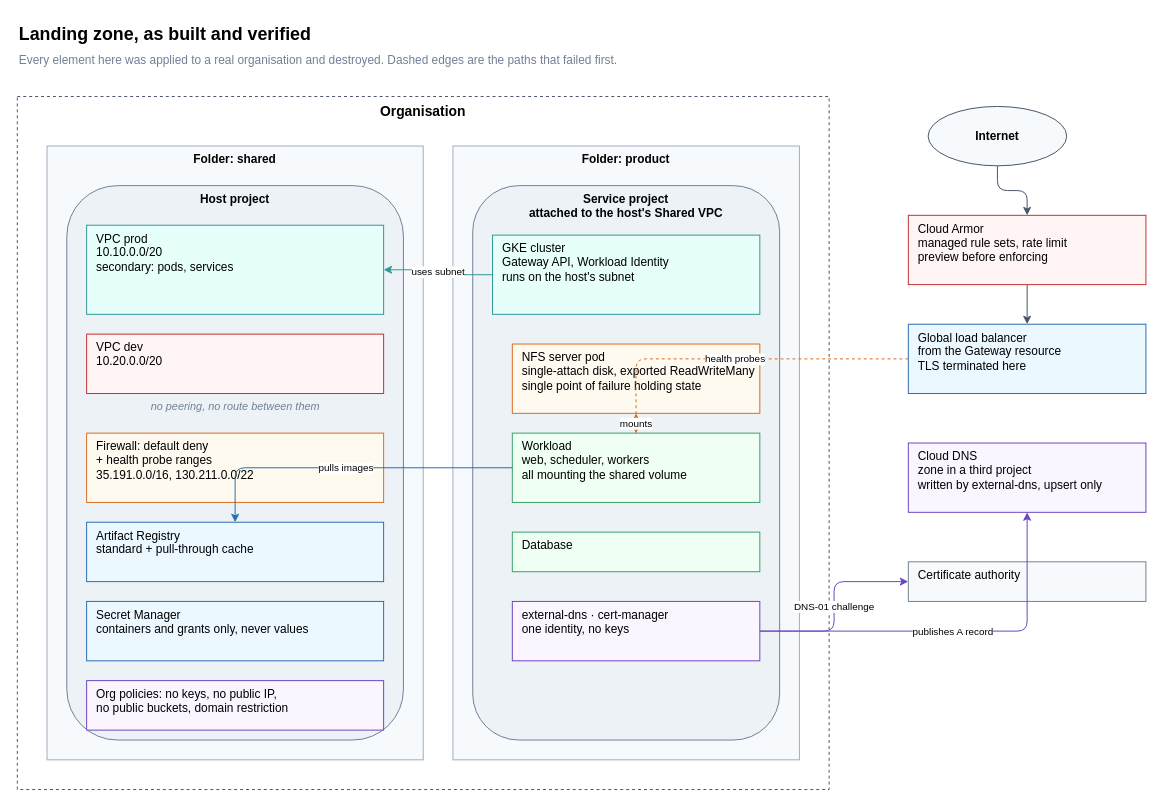
The draw.io diagram docs/diagrams/landing-zone.drawio in dhatune/platform-blueprints, before the edit. Source tidied: cells renumbered, new cells numbered last; positions are measured from the earlier drawing's top-left corner, leaving out a move shared by most shapes. Both pictures are drawn from the tidied source at 99%, with x=0, y=0 at pixel (17, 17).
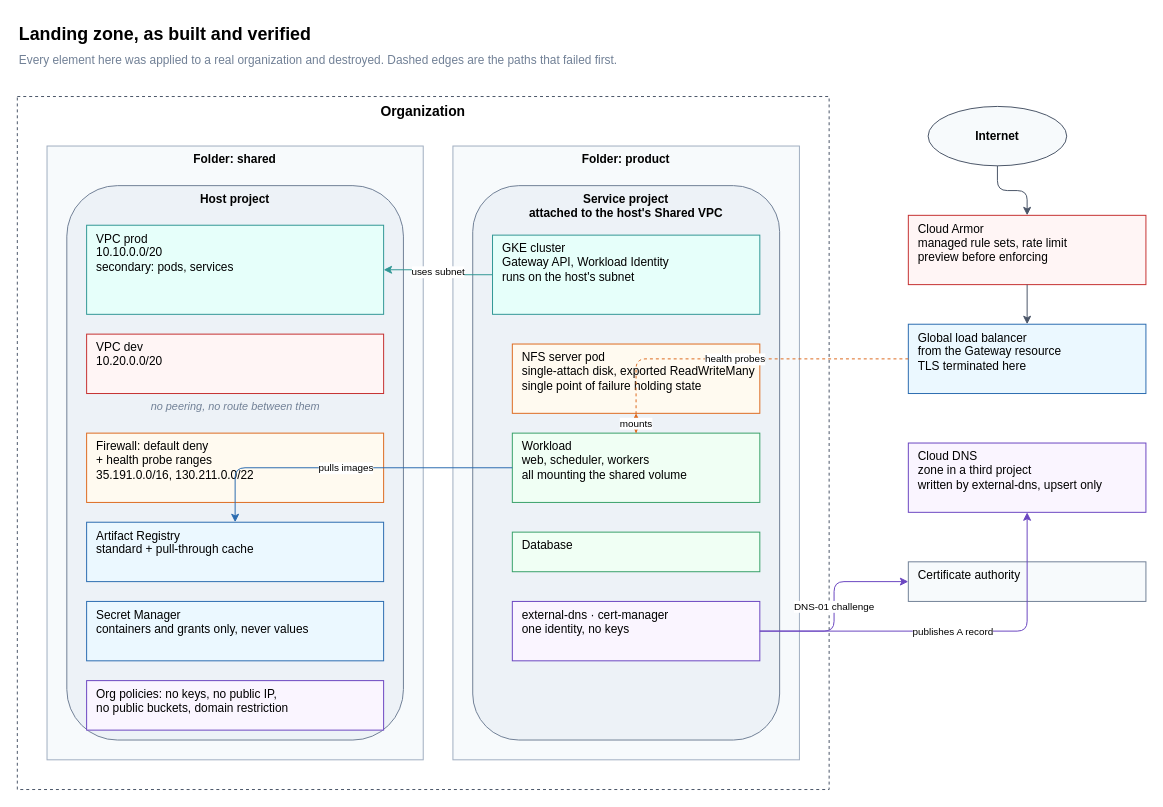
The same page after the edit.

What changed in the source:
```diff
@@
-    <mxCell id="2" value="Organisation" style="rounded=0;whiteSpace=wrap;html=1;fillColor=none;strokeColor=#4A5568;dashed=1;verticalAlign=top;fontStyle=1;fontSize=14;" parent="1" vertex="1">
+    <mxCell id="2" value="Organization" style="rounded=0;whiteSpace=wrap;html=1;fillColor=none;strokeColor=#4A5568;dashed=1;verticalAlign=top;fontStyle=1;fontSize=14;" parent="1" vertex="1">
       <mxGeometry y="80" width="820" height="700" as="geometry" />
     </mxCell>
@@
-    <mxCell id="33" value="Every element here was applied to a real organisation and destroyed. Dashed edges are the paths that failed first." style="text;html=1;fontSize=12;fontColor=#718096;" parent="1" vertex="1">
+    <mxCell id="33" value="Every element here was applied to a real organization and destroyed. Dashed edges are the paths that failed first." style="text;html=1;fontSize=12;fontColor=#718096;" parent="1" vertex="1">
       <mxGeometry y="30" width="900" height="30" as="geometry" />
     </mxCell>
```
